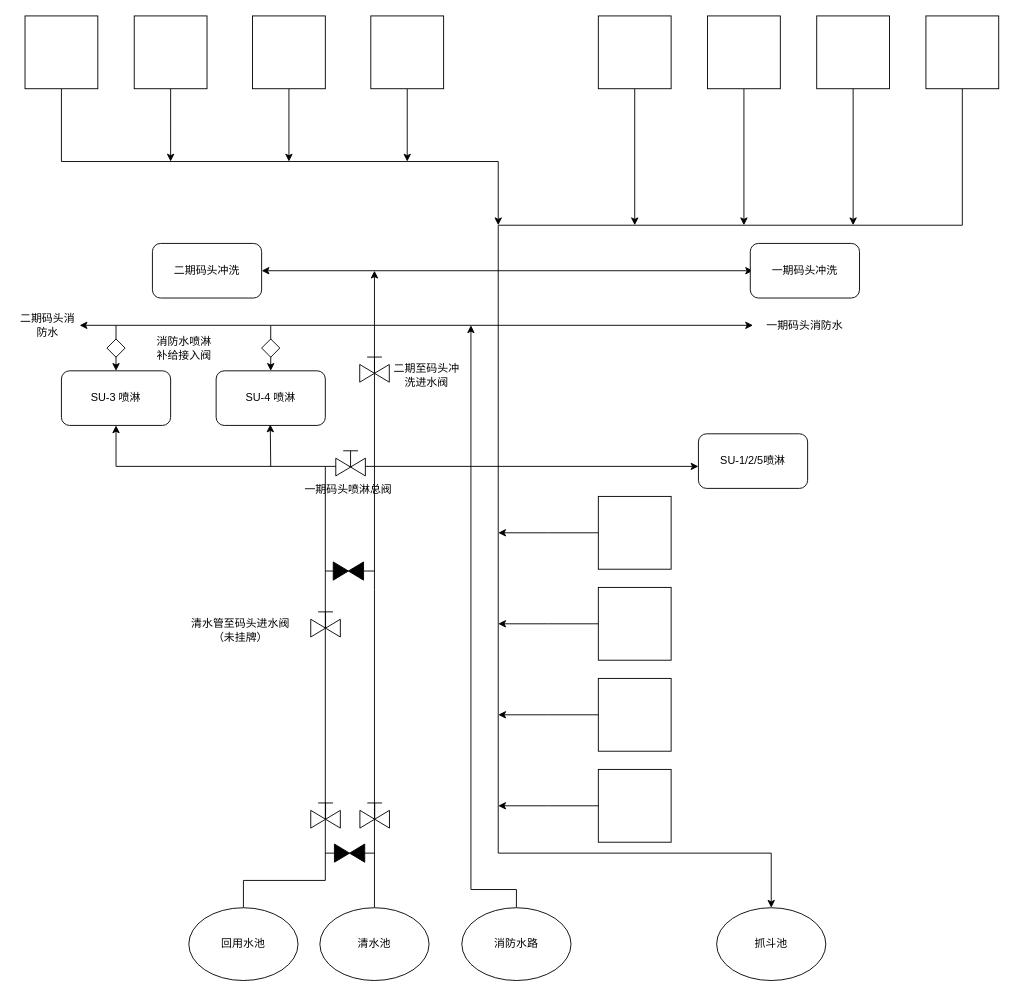
Before: feishuixitong.drawio in MakiseJiang/Diagrams, a draw.io diagram. Source tidied: cells renumbered, new cells numbered last; positions are measured from the earlier drawing's top-left corner, leaving out a move shared by most shapes. Both pictures are drawn from the tidied source at 91%, with x=0, y=0 at pixel (15, 15).
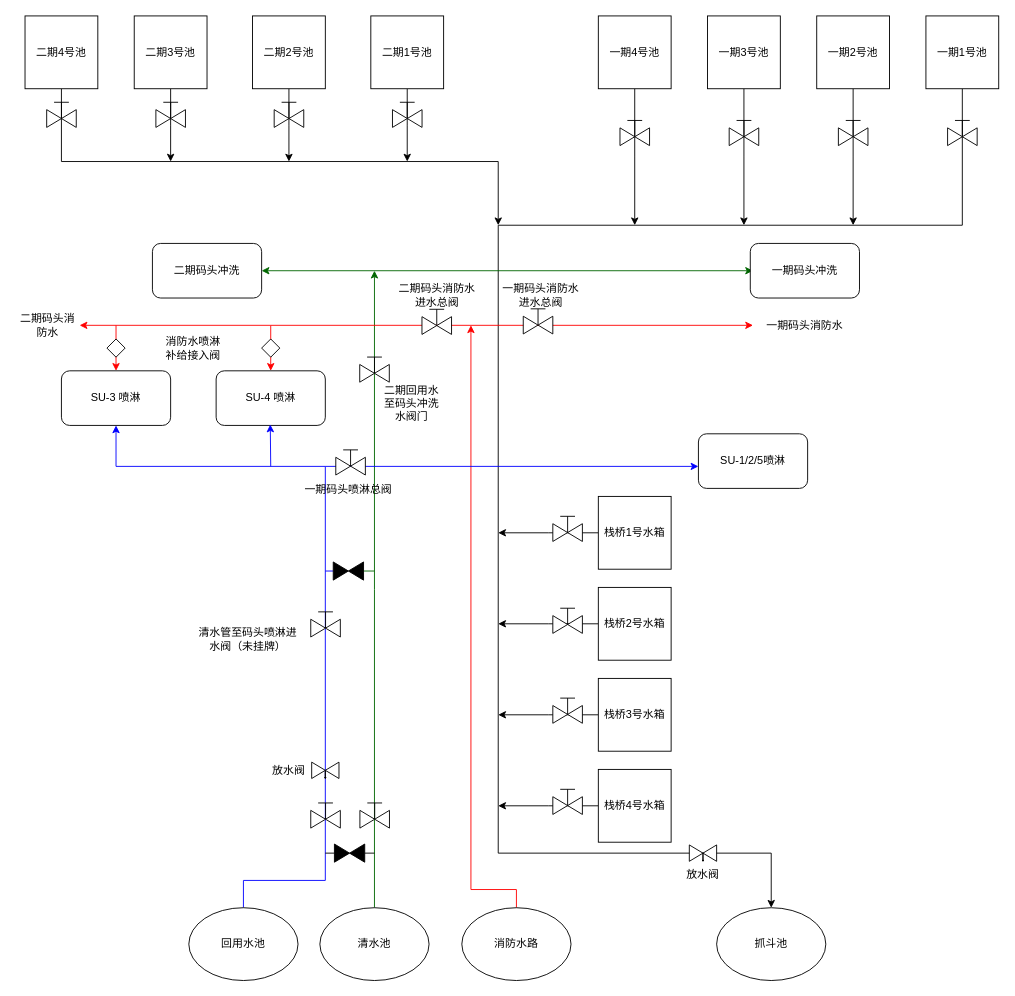
After the change.

The change refers to these unchanged cells:
```xml
<mxCell id="21" value="清水池" style="ellipse;whiteSpace=wrap;html=1;" parent="1" vertex="1">
  <mxGeometry x="334" y="980" width="120" height="80" as="geometry" />
</mxCell>
<mxCell id="31" value="SU-3 喷淋" style="rounded=1;whiteSpace=wrap;html=1;" parent="1" vertex="1">
  <mxGeometry x="50" y="390" width="120" height="60" as="geometry" />
</mxCell>
<mxCell id="32" value="SU-4 喷淋" style="rounded=1;whiteSpace=wrap;html=1;" parent="1" vertex="1">
  <mxGeometry x="220" y="390" width="120" height="60" as="geometry" />
</mxCell>
<mxCell id="36" value="消防水路" style="ellipse;whiteSpace=wrap;html=1;" parent="1" vertex="1">
  <mxGeometry x="490" y="980" width="120" height="80" as="geometry" />
</mxCell>
<mxCell id="40" style="verticalLabelPosition=bottom;align=center;html=1;verticalAlign=top;dashed=0;shape=mxgraph.pid2valves.valve;valveType=gate;defState=closed;" parent="1" vertex="1">
  <mxGeometry x="348.7" y="600" width="33.3" height="20" as="geometry" />
</mxCell>
```

What changed in the source:
```diff
@@
-    <mxCell id="3" style="whiteSpace=wrap;html=1;" parent="1" vertex="1">
+    <mxCell id="3" value="二期4号池" style="whiteSpace=wrap;html=1;" parent="1" vertex="1">
       <mxGeometry x="10" width="80" height="80" as="geometry" />
     </mxCell>
@@
-    <mxCell id="5" style="whiteSpace=wrap;html=1;" parent="1" vertex="1">
+    <mxCell id="5" value="二期3号池" style="whiteSpace=wrap;html=1;" parent="1" vertex="1">
       <mxGeometry x="130" width="80" height="80" as="geometry" />
     </mxCell>
@@
-    <mxCell id="7" style="whiteSpace=wrap;html=1;" parent="1" vertex="1">
+    <mxCell id="7" value="二期2号池" style="whiteSpace=wrap;html=1;" parent="1" vertex="1">
       <mxGeometry x="260" width="80" height="80" as="geometry" />
     </mxCell>
@@
-    <mxCell id="9" style="whiteSpace=wrap;html=1;" parent="1" vertex="1">
+    <mxCell id="9" value="二期1号池" style="whiteSpace=wrap;html=1;" parent="1" vertex="1">
       <mxGeometry x="390" width="80" height="80" as="geometry" />
     </mxCell>
@@
-    <mxCell id="11" style="whiteSpace=wrap;html=1;" parent="1" vertex="1">
+    <mxCell id="11" value="一期4号池" style="whiteSpace=wrap;html=1;" parent="1" vertex="1">
       <mxGeometry x="640" width="80" height="80" as="geometry" />
     </mxCell>
@@
-    <mxCell id="13" style="whiteSpace=wrap;html=1;" parent="1" vertex="1">
+    <mxCell id="13" value="一期3号池" style="whiteSpace=wrap;html=1;" parent="1" vertex="1">
       <mxGeometry x="760" width="80" height="80" as="geometry" />
     </mxCell>
@@
-    <mxCell id="15" style="whiteSpace=wrap;html=1;" parent="1" vertex="1">
+    <mxCell id="15" value="一期2号池" style="whiteSpace=wrap;html=1;" parent="1" vertex="1">
       <mxGeometry x="880" width="80" height="80" as="geometry" />
     </mxCell>
@@
-    <mxCell id="17" style="whiteSpace=wrap;html=1;" parent="1" vertex="1">
+    <mxCell id="17" value="一期1号池" style="whiteSpace=wrap;html=1;" parent="1" vertex="1">
       <mxGeometry x="1000" width="80" height="80" as="geometry" />
     </mxCell>
-    <mxCell id="18" style="edgeStyle=orthogonalEdgeStyle;rounded=0;jettySize=auto;html=1;entryX=0.5;entryY=1;entryDx=0;entryDy=0;" parent="1" edge="1" target="31">
+    <mxCell id="18" style="edgeStyle=orthogonalEdgeStyle;rounded=0;jettySize=auto;html=1;entryX=0.5;entryY=1;entryDx=0;entryDy=0;strokeColor=#0000FF;" parent="1" edge="1" target="31">
       <mxGeometry relative="1" as="geometry">
         <mxPoint x="250" y="980" as="sourcePoint" />
         <Array as="points">
           <mxPoint x="250" y="950" />
           <mxPoint x="340" y="950" />
           <mxPoint x="340" y="495" />
           <mxPoint x="110" y="495" />
         </Array>
       </mxGeometry>
     </mxCell>
@@
-    <mxCell id="20" style="edgeStyle=orthogonalEdgeStyle;rounded=0;jettySize=auto;html=1;exitX=0.5;exitY=0;exitDx=0;exitDy=0;" parent="1" edge="1" source="21">
+    <mxCell id="20" style="edgeStyle=orthogonalEdgeStyle;rounded=0;jettySize=auto;html=1;exitX=0.5;exitY=0;exitDx=0;exitDy=0;strokeColor=#006600;" parent="1" edge="1" source="21">
       <mxGeometry relative="1" as="geometry">
         <mxPoint x="394" y="280" as="targetPoint" />
       </mxGeometry>
     </mxCell>
@@
-    <mxCell id="23" style="whiteSpace=wrap;html=1;" parent="1" vertex="1">
+    <mxCell id="23" value="栈桥4号水箱" style="whiteSpace=wrap;html=1;" parent="1" vertex="1">
       <mxGeometry x="640" y="828" width="80" height="80" as="geometry" />
     </mxCell>
@@
-    <mxCell id="25" style="whiteSpace=wrap;html=1;" parent="1" vertex="1">
+    <mxCell id="25" value="栈桥2号水箱" style="whiteSpace=wrap;html=1;" parent="1" vertex="1">
       <mxGeometry x="640" y="628" width="80" height="80" as="geometry" />
     </mxCell>
@@
-    <mxCell id="27" style="whiteSpace=wrap;html=1;" parent="1" vertex="1">
+    <mxCell id="27" value="栈桥1号水箱" style="whiteSpace=wrap;html=1;" parent="1" vertex="1">
       <mxGeometry x="640" y="528" width="80" height="80" as="geometry" />
     </mxCell>
@@
-    <mxCell id="29" style="whiteSpace=wrap;html=1;" parent="1" vertex="1">
+    <mxCell id="29" value="栈桥3号水箱" style="whiteSpace=wrap;html=1;" parent="1" vertex="1">
       <mxGeometry x="640" y="728" width="80" height="80" as="geometry" />
     </mxCell>
@@
-    <mxCell id="33" style="endArrow=classic;html=1;rounded=0;entryX=0.5;entryY=1;entryDx=0;entryDy=0;" parent="1" edge="1">
+    <mxCell id="33" style="endArrow=classic;html=1;rounded=0;entryX=0.5;entryY=1;entryDx=0;entryDy=0;strokeColor=#0000FF;" parent="1" edge="1">
       <mxGeometry relative="1" as="geometry">
         <mxPoint x="280" y="495" as="sourcePoint" />
         <mxPoint x="279.5" y="449" as="targetPoint" />
       </mxGeometry>
     </mxCell>
-    <mxCell id="34" style="endArrow=none;html=1;rounded=0;" parent="1" edge="1" source="40">
+    <mxCell id="34" style="endArrow=none;html=1;rounded=0;strokeColor=#0000FF;" parent="1" edge="1" source="40">
       <mxGeometry relative="1" as="geometry">
         <mxPoint x="340" y="610" as="targetPoint" />
       </mxGeometry>
     </mxCell>
-    <mxCell id="35" style="edgeStyle=orthogonalEdgeStyle;rounded=0;jettySize=auto;html=1;exitX=0.5;exitY=0;exitDx=0;exitDy=0;" parent="1" edge="1" source="36">
+    <mxCell id="35" style="edgeStyle=orthogonalEdgeStyle;rounded=0;jettySize=auto;html=1;exitX=0.5;exitY=0;exitDx=0;exitDy=0;strokeColor=#FF0000;" parent="1" edge="1" source="36">
       <mxGeometry relative="1" as="geometry">
         <mxPoint x="500" y="340" as="targetPoint" />
         <Array as="points">
           <mxPoint x="550" y="960" />
           <mxPoint x="500" y="960" />
           <mxPoint x="500" y="340" />
         </Array>
       </mxGeometry>
     </mxCell>
@@
-    <mxCell id="39" style="endArrow=none;html=1;rounded=0;" parent="1" edge="1" target="40">
+    <mxCell id="39" style="endArrow=none;html=1;rounded=0;strokeColor=#006600;" parent="1" edge="1" target="40">
       <mxGeometry relative="1" as="geometry">
         <mxPoint x="394" y="610" as="sourcePoint" />
       </mxGeometry>
     </mxCell>
@@
-    <mxCell id="44" style="endArrow=classic;startArrow=classic;html=1;rounded=0;" parent="1" edge="1">
+    <mxCell id="44" style="endArrow=classic;startArrow=classic;html=1;rounded=0;strokeColor=#006600;" parent="1" edge="1">
       <mxGeometry relative="1" as="geometry">
         <mxPoint x="270" y="280" as="sourcePoint" />
         <mxPoint x="810" y="280" as="targetPoint" />
       </mxGeometry>
     </mxCell>
@@
-    <mxCell id="46" style="endArrow=classic;html=1;rounded=0;" parent="1" edge="1">
+    <mxCell id="46" style="endArrow=classic;html=1;rounded=0;strokeColor=#0000FF;" parent="1" edge="1">
       <mxGeometry relative="1" as="geometry">
         <mxPoint x="340" y="495" as="sourcePoint" />
         <mxPoint x="750" y="495" as="targetPoint" />
       </mxGeometry>
     </mxCell>
     <mxCell id="47" style="verticalLabelPosition=bottom;align=center;html=1;verticalAlign=top;dashed=0;shape=mxgraph.pid2valves.valve;valveType=gate;actuator=man;" parent="1" vertex="1">
-      <mxGeometry x="351.5" y="473" width="32.5" height="32.5" as="geometry" />
+      <mxGeometry x="351.5" y="472" width="32.5" height="32.5" as="geometry" />
     </mxCell>
@@
-    <mxCell id="51" value="清水管至码头进水阀（未挂牌）" style="text;html=1;whiteSpace=wrap;strokeColor=none;fillColor=none;align=center;verticalAlign=middle;rounded=0;" parent="1" vertex="1">
-      <mxGeometry x="184" y="660" width="126" height="30" as="geometry" />
+    <mxCell id="51" value="清水管至码头喷淋进水阀（未挂牌）" style="text;html=1;whiteSpace=wrap;strokeColor=none;fillColor=none;align=center;verticalAlign=middle;rounded=0;" parent="1" vertex="1">
+      <mxGeometry x="200" y="660" width="110" height="50" as="geometry" />
     </mxCell>
-    <mxCell id="52" value="二期至码头冲洗进水阀" style="text;html=1;whiteSpace=wrap;strokeColor=none;fillColor=none;align=center;verticalAlign=middle;rounded=0;" parent="1" vertex="1">
-      <mxGeometry x="414.2" y="380" width="74.8" height="30" as="geometry" />
+    <mxCell id="52" value="二期回用水至码头冲洗水阀门" style="text;html=1;whiteSpace=wrap;strokeColor=none;fillColor=none;align=center;verticalAlign=middle;rounded=0;" parent="1" vertex="1">
+      <mxGeometry x="400" y="411" width="70" height="30" as="geometry" />
     </mxCell>
@@
-    <mxCell id="55" style="endArrow=classic;startArrow=classic;html=1;rounded=0;exitX=0.5;exitY=0;exitDx=0;exitDy=0;" parent="1" edge="1" source="31">
+    <mxCell id="55" style="endArrow=classic;startArrow=classic;html=1;rounded=0;exitX=0.5;exitY=0;exitDx=0;exitDy=0;strokeColor=#FF0000;" parent="1" edge="1" source="31">
       <mxGeometry relative="1" as="geometry">
         <mxPoint x="810" y="340" as="targetPoint" />
         <Array as="points">
           <mxPoint x="110" y="340" />
           <mxPoint x="280" y="340" />
         </Array>
       </mxGeometry>
     </mxCell>
-    <mxCell id="56" style="endArrow=classic;html=1;rounded=0;entryX=0.5;entryY=0;entryDx=0;entryDy=0;" parent="1" edge="1" target="32">
+    <mxCell id="56" style="endArrow=classic;html=1;rounded=0;entryX=0.5;entryY=0;entryDx=0;entryDy=0;strokeColor=#FF0000;" parent="1" edge="1" target="32">
       <mxGeometry relative="1" as="geometry">
         <mxPoint x="280" y="340" as="sourcePoint" />
       </mxGeometry>
     </mxCell>
@@
     <mxCell id="58" value="消防水喷淋补给接入阀" style="text;html=1;whiteSpace=wrap;strokeColor=none;fillColor=none;align=center;verticalAlign=middle;rounded=0;" parent="1" vertex="1">
-      <mxGeometry x="150" y="350" width="70" height="30" as="geometry" />
+      <mxGeometry x="160" y="350" width="70" height="30" as="geometry" />
     </mxCell>
@@
-    <mxCell id="60" style="endArrow=classic;html=1;rounded=0;" parent="1" edge="1">
+    <mxCell id="60" style="endArrow=classic;html=1;rounded=0;strokeColor=#FF0000;" parent="1" edge="1">
       <mxGeometry relative="1" as="geometry">
         <mxPoint x="110" y="340" as="sourcePoint" />
         <mxPoint x="70" y="340" as="targetPoint" />
       </mxGeometry>
     </mxCell>
@@
+    <mxCell id="63" style="verticalLabelPosition=bottom;align=center;html=1;verticalAlign=top;dashed=0;shape=mxgraph.pid2valves.valve;valveType=gate;actuator=man;" parent="1" vertex="1">
+      <mxGeometry x="33.8" y="90" width="32.5" height="32.5" as="geometry" />
+    </mxCell>
+    <mxCell id="64" style="verticalLabelPosition=bottom;align=center;html=1;verticalAlign=top;dashed=0;shape=mxgraph.pid2valves.valve;valveType=gate;actuator=man;" parent="1" vertex="1">
+      <mxGeometry x="153.8" y="90" width="32.5" height="32.5" as="geometry" />
+    </mxCell>
+    <mxCell id="65" style="verticalLabelPosition=bottom;align=center;html=1;verticalAlign=top;dashed=0;shape=mxgraph.pid2valves.valve;valveType=gate;actuator=man;" parent="1" vertex="1">
+      <mxGeometry x="283.8" y="90" width="32.5" height="32.5" as="geometry" />
+    </mxCell>
+    <mxCell id="66" style="verticalLabelPosition=bottom;align=center;html=1;verticalAlign=top;dashed=0;shape=mxgraph.pid2valves.valve;valveType=gate;actuator=man;" parent="1" vertex="1">
+      <mxGeometry x="413.8" y="90" width="32.5" height="32.5" as="geometry" />
+    </mxCell>
+    <mxCell id="67" style="verticalLabelPosition=bottom;align=center;html=1;verticalAlign=top;dashed=0;shape=mxgraph.pid2valves.valve;valveType=gate;actuator=man;" parent="1" vertex="1">
+      <mxGeometry x="663.8" y="110" width="32.5" height="32.5" as="geometry" />
+    </mxCell>
+    <mxCell id="68" style="verticalLabelPosition=bottom;align=center;html=1;verticalAlign=top;dashed=0;shape=mxgraph.pid2valves.valve;valveType=gate;actuator=man;" parent="1" vertex="1">
+      <mxGeometry x="783.8" y="110" width="32.5" height="32.5" as="geometry" />
+    </mxCell>
+    <mxCell id="69" style="verticalLabelPosition=bottom;align=center;html=1;verticalAlign=top;dashed=0;shape=mxgraph.pid2valves.valve;valveType=gate;actuator=man;" parent="1" vertex="1">
+      <mxGeometry x="903.8" y="110" width="32.5" height="32.5" as="geometry" />
+    </mxCell>
+    <mxCell id="70" style="verticalLabelPosition=bottom;align=center;html=1;verticalAlign=top;dashed=0;shape=mxgraph.pid2valves.valve;valveType=gate;actuator=man;" parent="1" vertex="1">
+      <mxGeometry x="1023.8" y="110" width="32.5" height="32.5" as="geometry" />
+    </mxCell>
+    <mxCell id="71" style="verticalLabelPosition=bottom;align=center;html=1;verticalAlign=top;dashed=0;shape=mxgraph.pid2valves.valve;valveType=gate;actuator=man;" parent="1" vertex="1">
+      <mxGeometry x="590" y="545" width="32.5" height="32.5" as="geometry" />
+    </mxCell>
+    <mxCell id="72" style="verticalLabelPosition=bottom;align=center;html=1;verticalAlign=top;dashed=0;shape=mxgraph.pid2valves.valve;valveType=gate;actuator=man;" parent="1" vertex="1">
+      <mxGeometry x="590" y="646" width="32.5" height="32.5" as="geometry" />
+    </mxCell>
+    <mxCell id="73" style="verticalLabelPosition=bottom;align=center;html=1;verticalAlign=top;dashed=0;shape=mxgraph.pid2valves.valve;valveType=gate;actuator=man;" parent="1" vertex="1">
+      <mxGeometry x="590" y="744.8" width="32.5" height="32.5" as="geometry" />
+    </mxCell>
+    <mxCell id="74" style="verticalLabelPosition=bottom;align=center;html=1;verticalAlign=top;dashed=0;shape=mxgraph.pid2valves.valve;valveType=gate;actuator=man;" parent="1" vertex="1">
+      <mxGeometry x="590" y="845" width="32.5" height="32.5" as="geometry" />
+    </mxCell>
+    <mxCell id="75" style="verticalLabelPosition=bottom;align=center;html=1;verticalAlign=top;dashed=0;shape=mxgraph.pid2valves.valve;valveType=gate;actuator=man;" parent="1" vertex="1">
+      <mxGeometry x="446.2" y="317.5" width="32.5" height="32.5" as="geometry" />
+    </mxCell>
+    <mxCell id="76" value="二期码头消防水进水总阀" style="text;html=1;whiteSpace=wrap;strokeColor=none;fillColor=none;align=center;verticalAlign=middle;rounded=0;" parent="1" vertex="1">
+      <mxGeometry x="417.5" y="292" width="90" height="30" as="geometry" />
+    </mxCell>
+    <mxCell id="77" style="verticalLabelPosition=bottom;align=center;html=1;verticalAlign=top;dashed=0;shape=mxgraph.pid2valves.valve;valveType=selfDrain;" parent="1" vertex="1">
+      <mxGeometry x="325" y="820" width="30" height="18" as="geometry" />
+    </mxCell>
+    <mxCell id="78" style="verticalLabelPosition=bottom;align=center;html=1;verticalAlign=top;dashed=0;shape=mxgraph.pid2valves.valve;valveType=selfDrain;" parent="1" vertex="1">
+      <mxGeometry x="740" y="911" width="30" height="18" as="geometry" />
+    </mxCell>
+    <mxCell id="79" value="放水阀" style="text;html=1;whiteSpace=wrap;strokeColor=none;fillColor=none;align=center;verticalAlign=middle;rounded=0;" parent="1" vertex="1">
+      <mxGeometry x="270" y="815" width="60" height="30" as="geometry" />
+    </mxCell>
+    <mxCell id="80" value="放水阀" style="text;html=1;whiteSpace=wrap;strokeColor=none;fillColor=none;align=center;verticalAlign=middle;rounded=0;" parent="1" vertex="1">
+      <mxGeometry x="725" y="929" width="60" height="30" as="geometry" />
+    </mxCell>
+    <mxCell id="81" style="verticalLabelPosition=bottom;align=center;html=1;verticalAlign=top;dashed=0;shape=mxgraph.pid2valves.valve;valveType=gate;actuator=man;" parent="1" vertex="1">
+      <mxGeometry x="557.5" y="317" width="32.5" height="32.5" as="geometry" />
+    </mxCell>
+    <mxCell id="82" value="一期码头消防水进水总阀" style="text;html=1;whiteSpace=wrap;strokeColor=none;fillColor=none;align=center;verticalAlign=middle;rounded=0;" parent="1" vertex="1">
+      <mxGeometry x="532" y="292" width="90" height="30" as="geometry" />
+    </mxCell>
```
